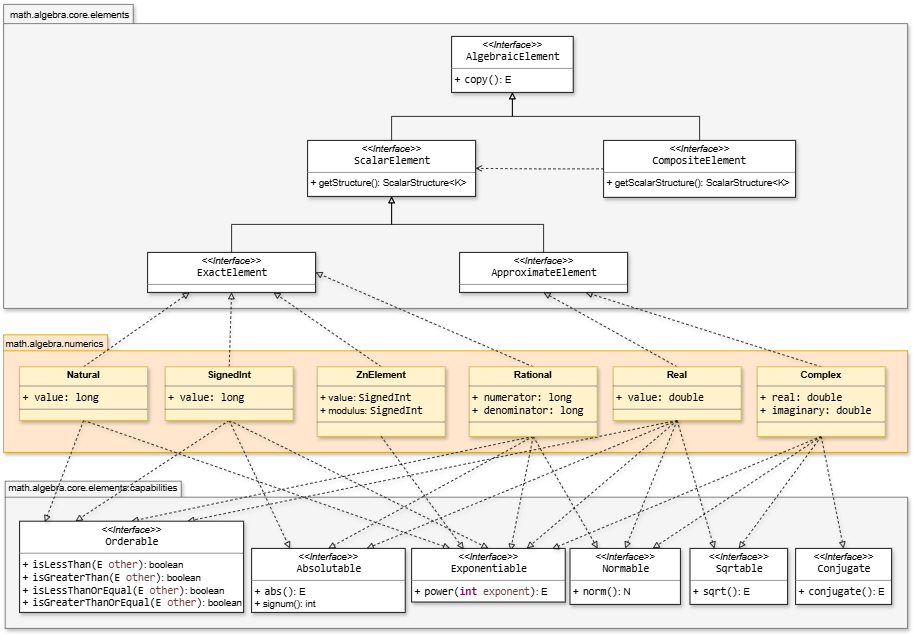
Above: docs/SMFN-algebra-elements.png in gom9000/SMFN (draw.io), before the change. Source tidied: cells renumbered, new cells last; positions are measured from the earlier drawing's top-left corner, leaving out a move shared by most shapes.
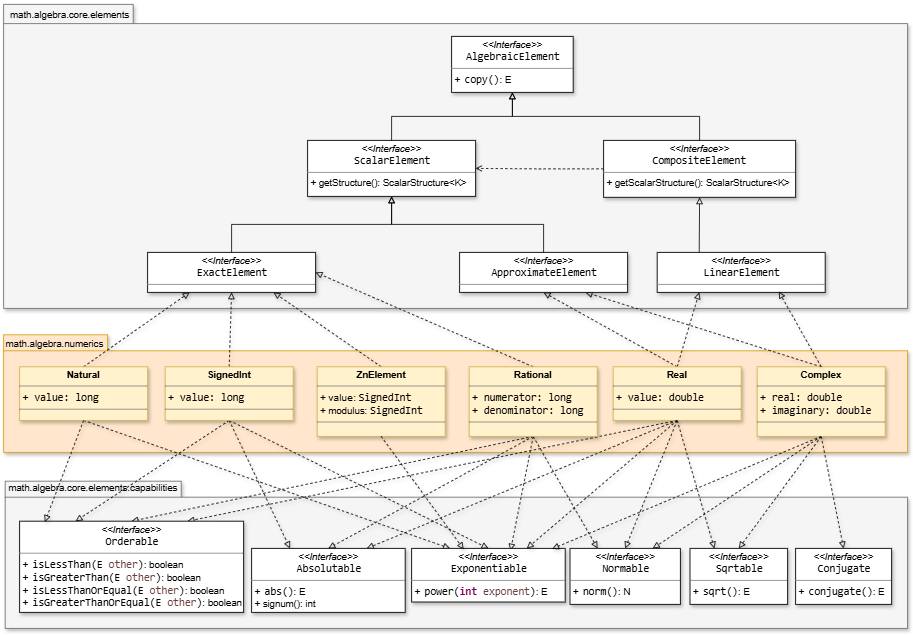
Later version of the same file.

The edit, as a diff of the source:
```diff
@@ -50,6 +50,9 @@
     <mxCell id="17" style="rounded=0;jettySize=auto;html=1;exitX=0.5;exitY=1;exitDx=0;exitDy=0;entryX=0.75;entryY=0;entryDx=0;entryDy=0;shadow=1;dashed=1;strokeColor=default;align=center;verticalAlign=middle;fontFamily=Helvetica;fontSize=11;fontColor=default;labelBackgroundColor=none;endArrow=block;endFill=0;" parent="1" edge="1" source="18" target="30">
       <mxGeometry relative="1" as="geometry" />
     </mxCell>
+    <mxCell id="55" style="rounded=0;jettySize=auto;html=1;exitX=0.5;exitY=0;exitDx=0;exitDy=0;entryX=0.25;entryY=1;entryDx=0;entryDy=0;shadow=1;dashed=1;strokeColor=default;align=center;verticalAlign=middle;fontFamily=Helvetica;fontSize=11;fontColor=default;labelBackgroundColor=none;endArrow=block;endFill=0;" parent="1" edge="1" source="18" target="57">
+      <mxGeometry relative="1" as="geometry" />
+    </mxCell>
     <mxCell id="18" value="&lt;p style=&quot;margin:0px;margin-top:4px;text-align:center;&quot;&gt;&lt;b&gt;Real&lt;/b&gt;&lt;/p&gt;&lt;hr size=&quot;1&quot; style=&quot;border-style:solid;&quot;&gt;&lt;p style=&quot;margin:0px;margin-left:4px;&quot;&gt;&lt;span style=&quot;color: light-dark(rgb(0, 0, 0), rgb(255, 255, 255)); font-family: Consolas; font-size: 10pt; white-space: pre; background-color: transparent;&quot;&gt;+ value: double&lt;/span&gt;&lt;/p&gt;&lt;hr size=&quot;1&quot; style=&quot;border-style:solid;&quot;&gt;&lt;p style=&quot;margin:0px;margin-left:4px;&quot;&gt;&lt;br&gt;&lt;/p&gt;" style="verticalAlign=top;align=left;overflow=fill;html=1;whiteSpace=wrap;fillColor=#fff2cc;strokeColor=#d6b656;labelBackgroundColor=none;shadow=1;" parent="1" vertex="1">
       <mxGeometry x="762" y="454" width="160" height="67" as="geometry" />
     </mxCell>
@@ -161,5 +164,14 @@
     <mxCell id="54" value="&lt;p style=&quot;margin:0px;margin-top:4px;text-align:center;&quot;&gt;&lt;i&gt;&amp;lt;&amp;lt;Interface&amp;gt;&amp;gt;&lt;/i&gt;&lt;br&gt;&lt;span style=&quot;padding: 0px 0px 0px 2px;&quot;&gt;&lt;span style=&quot;font-family: Consolas; font-size: 10pt; white-space: pre;&quot;&gt;&lt;span style=&quot;&quot;&gt;Conjugate&lt;/span&gt;&lt;/span&gt;&lt;/span&gt;&lt;/p&gt;&lt;hr size=&quot;1&quot; style=&quot;border-style:solid;&quot;&gt;&lt;p style=&quot;margin:0px;margin-left:4px;&quot;&gt;&lt;/p&gt;&lt;p style=&quot;margin:0px;margin-left:4px;&quot;&gt;+&amp;nbsp;&lt;span style=&quot;padding: 0px 0px 0px 2px;&quot;&gt;&lt;span style=&quot;font-family: Consolas; font-size: 10pt; white-space: pre;&quot;&gt;&lt;span style=&quot;&quot;&gt;conjugate&lt;/span&gt;()&lt;/span&gt;&lt;/span&gt;: E&lt;/p&gt;" style="verticalAlign=top;align=left;overflow=fill;html=1;whiteSpace=wrap;labelBackgroundColor=none;shadow=1;" parent="1" vertex="1">
       <mxGeometry x="990" y="681" width="120" height="70" as="geometry" />
     </mxCell>
+    <mxCell id="56" style="rounded=0;jettySize=auto;html=1;exitX=0.25;exitY=0;exitDx=0;exitDy=0;entryX=0.5;entryY=1;entryDx=0;entryDy=0;endArrow=block;endFill=0;" parent="1" edge="1" source="57" target="48">
+      <mxGeometry relative="1" as="geometry" />
+    </mxCell>
+    <mxCell id="57" value="&lt;p style=&quot;margin:0px;margin-top:4px;text-align:center;&quot;&gt;&lt;i&gt;&amp;lt;&amp;lt;Interface&amp;gt;&amp;gt;&lt;/i&gt;&lt;br&gt;&lt;span style=&quot;padding: 0px 0px 0px 2px;&quot;&gt;&lt;span style=&quot;font-family: Consolas; font-size: 10pt; white-space: pre;&quot;&gt;&lt;span style=&quot;&quot;&gt;LinearElement&lt;/span&gt;&lt;/span&gt;&lt;/span&gt;&lt;/p&gt;&lt;hr size=&quot;1&quot; style=&quot;border-style:solid;&quot;&gt;&lt;p style=&quot;margin:0px;margin-left:4px;&quot;&gt;&lt;/p&gt;&lt;p style=&quot;margin:0px;margin-left:4px;&quot;&gt;&lt;br&gt;&lt;/p&gt;" style="verticalAlign=top;align=left;overflow=fill;html=1;whiteSpace=wrap;labelBackgroundColor=none;shadow=1;" parent="1" vertex="1">
+      <mxGeometry x="817" y="311" width="210" height="50" as="geometry" />
+    </mxCell>
+    <mxCell id="58" style="rounded=0;jettySize=auto;html=1;exitX=0.5;exitY=0;exitDx=0;exitDy=0;entryX=0.724;entryY=0.98;entryDx=0;entryDy=0;entryPerimeter=0;shadow=1;dashed=1;strokeColor=default;align=center;verticalAlign=middle;fontFamily=Helvetica;fontSize=11;fontColor=default;labelBackgroundColor=none;endArrow=block;endFill=0;" parent="1" edge="1" source="29" target="57">
+      <mxGeometry relative="1" as="geometry" />
+    </mxCell>
   </root>
 </mxGraphModel>
```
